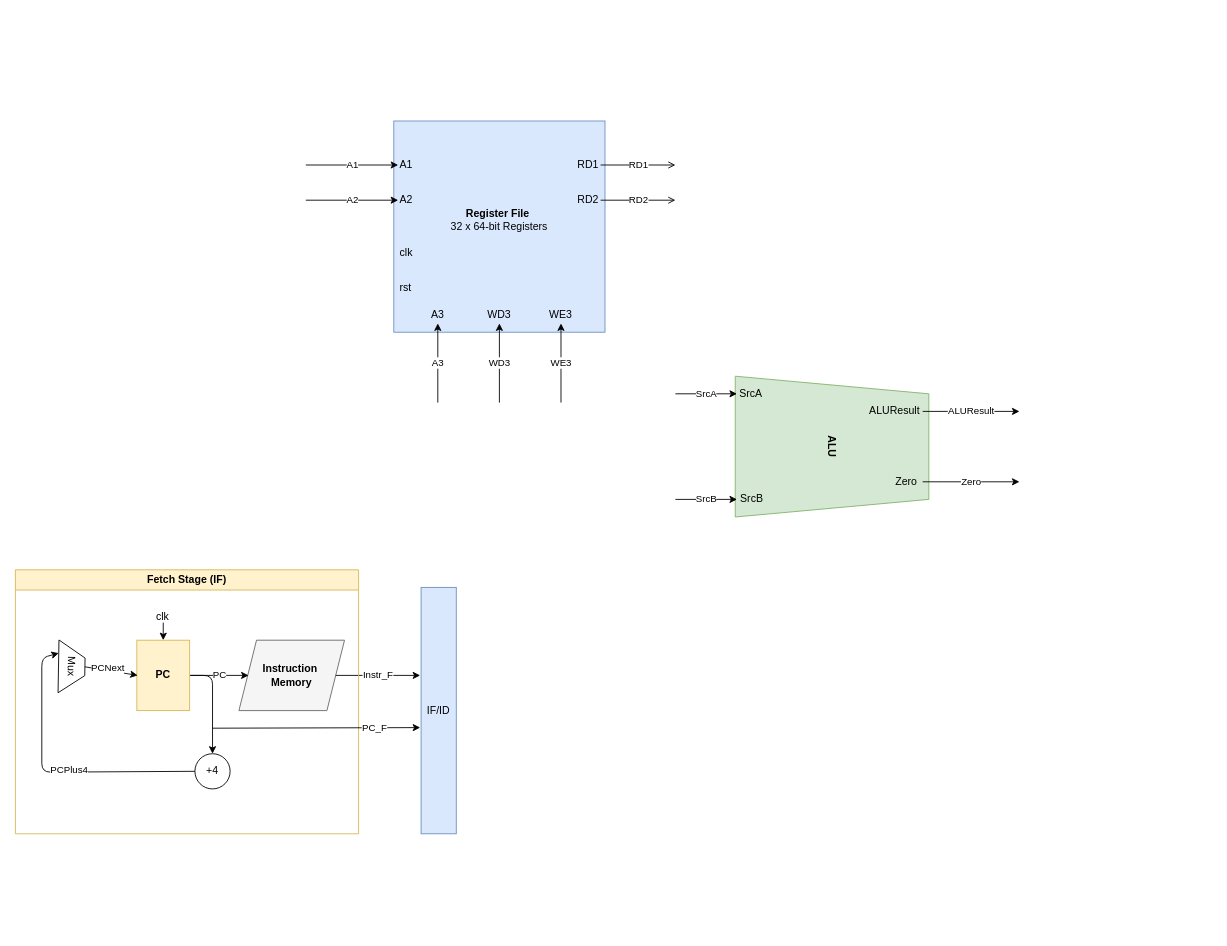
Before: docs/architechture.drawio in abdullah123ch/RV64I-Zba-Pipelined-RISC-V-Processor, a draw.io diagram. Source tidied: cells renumbered, new cells numbered last; positions are measured from the earlier drawing's top-left corner, leaving out a move shared by most shapes. Both pictures are drawn from the tidied source at 88%, with x=0, y=0 at pixel (15, 121).
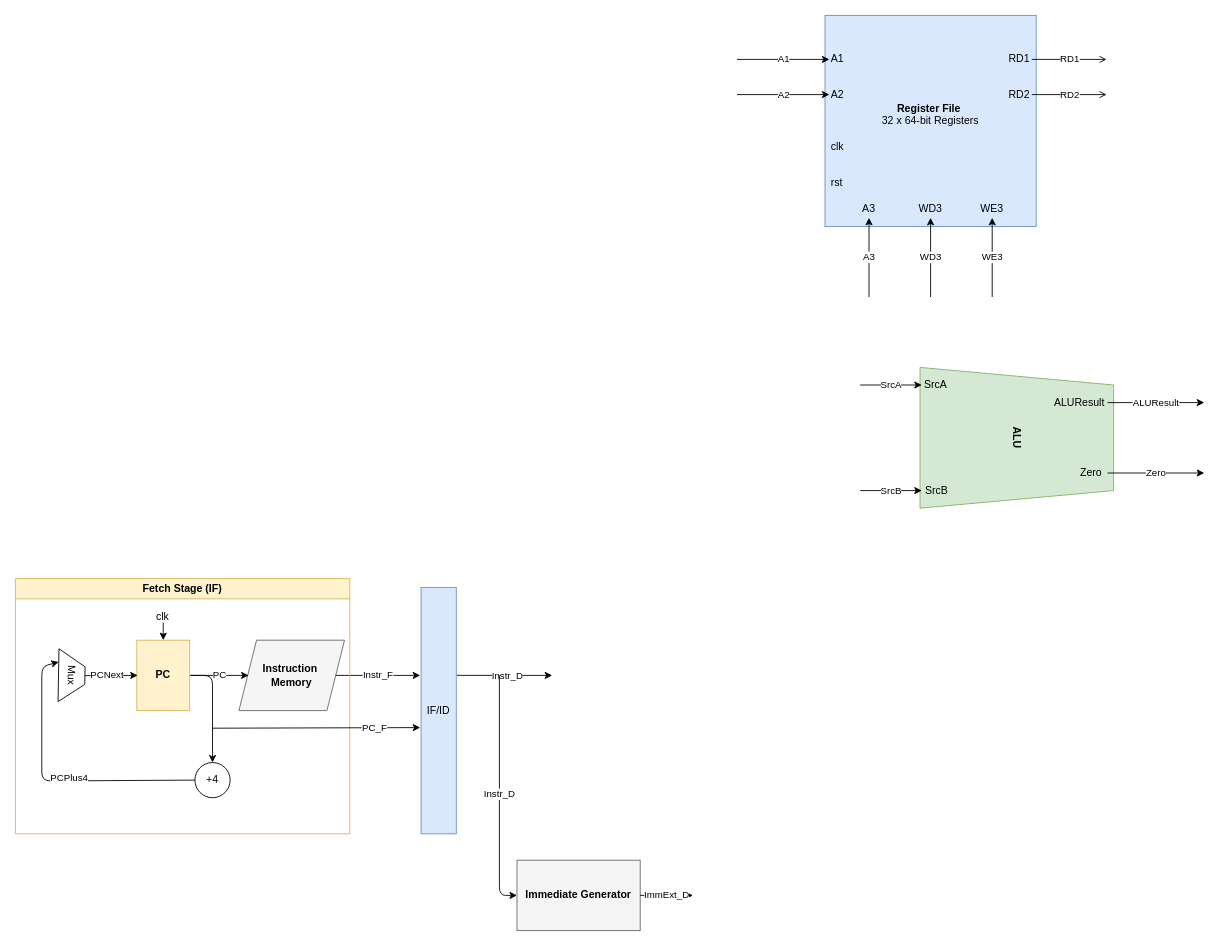
The same page after the edit.

Commit message:
immediate generator draw.io update

Unchanged cells that the change refers to:
```xml
<mxCell id="46" value="IF/ID" style="rounded=0;whiteSpace=wrap;html=1;fillColor=#dae8fe;strokeColor=#6c8ebf;" parent="1" vertex="1">
  <mxGeometry x="461" y="530" width="40" height="280" as="geometry" />
</mxCell>
```

Diff of the diagram source:
```diff
@@
     <mxCell id="2" style="group;" parent="1" vertex="1">
-      <mxGeometry x="750" y="290" width="391" height="160" as="geometry" />
+      <mxGeometry x="960" y="280" width="391" height="160" as="geometry" />
     </mxCell>
@@
     <mxCell id="12" style="group;" parent="1" vertex="1">
-      <mxGeometry x="330" width="420" height="480" as="geometry" />
+      <mxGeometry x="820" y="-120" width="420" height="480" as="geometry" />
     </mxCell>
@@
     <mxCell id="36" value="&lt;b&gt;Fetch Stage (IF)&lt;/b&gt;" style="swimlane;whiteSpace=wrap;html=1;fillColor=#fff2cc;strokeColor=#d6b656;" parent="1" vertex="1">
-      <mxGeometry y="510" width="390" height="300" as="geometry" />
+      <mxGeometry y="520" width="380" height="290" as="geometry" />
     </mxCell>
@@
+    <mxCell id="47" style="edgeStyle=none;html=1;exitX=1.02;exitY=0.357;exitDx=0;exitDy=0;exitPerimeter=0;" parent="1" edge="1" source="46">
+      <mxGeometry relative="1" as="geometry">
+        <mxPoint x="610" y="630" as="targetPoint" />
+      </mxGeometry>
+    </mxCell>
+    <mxCell id="48" value="Instr_D" style="edgeLabel;html=1;align=center;verticalAlign=middle;" parent="47" vertex="1">
+      <mxGeometry x="0.06" y="-1" relative="1" as="geometry" />
+    </mxCell>
@@
+    <mxCell id="49" value="&lt;b&gt;Immediate Generator&lt;/b&gt;" style="rounded=0;whiteSpace=wrap;html=1;fillColor=#f5f5f5;strokeColor=#666666;" parent="1" vertex="1">
+      <mxGeometry x="570" y="840" width="140" height="80" as="geometry" />
+    </mxCell>
+    <mxCell id="50" value="Instr_D" style="endArrow=classic;html=1;entryX=0;entryY=0.5;entryDx=0;entryDy=0;" parent="1" edge="1" target="49">
+      <mxGeometry relative="1" as="geometry">
+        <mxPoint x="550" y="630" as="sourcePoint" />
+        <Array as="points">
+          <mxPoint x="550" y="880" />
+        </Array>
+      </mxGeometry>
+    </mxCell>
+    <mxCell id="51" value="ImmExt_D" style="endArrow=classic;html=1;exitX=1;exitY=0.5;exitDx=0;exitDy=0;" parent="1" edge="1" source="49">
+      <mxGeometry relative="1" as="geometry">
+        <mxPoint x="770" y="880" as="targetPoint" />
+      </mxGeometry>
+    </mxCell>
```
